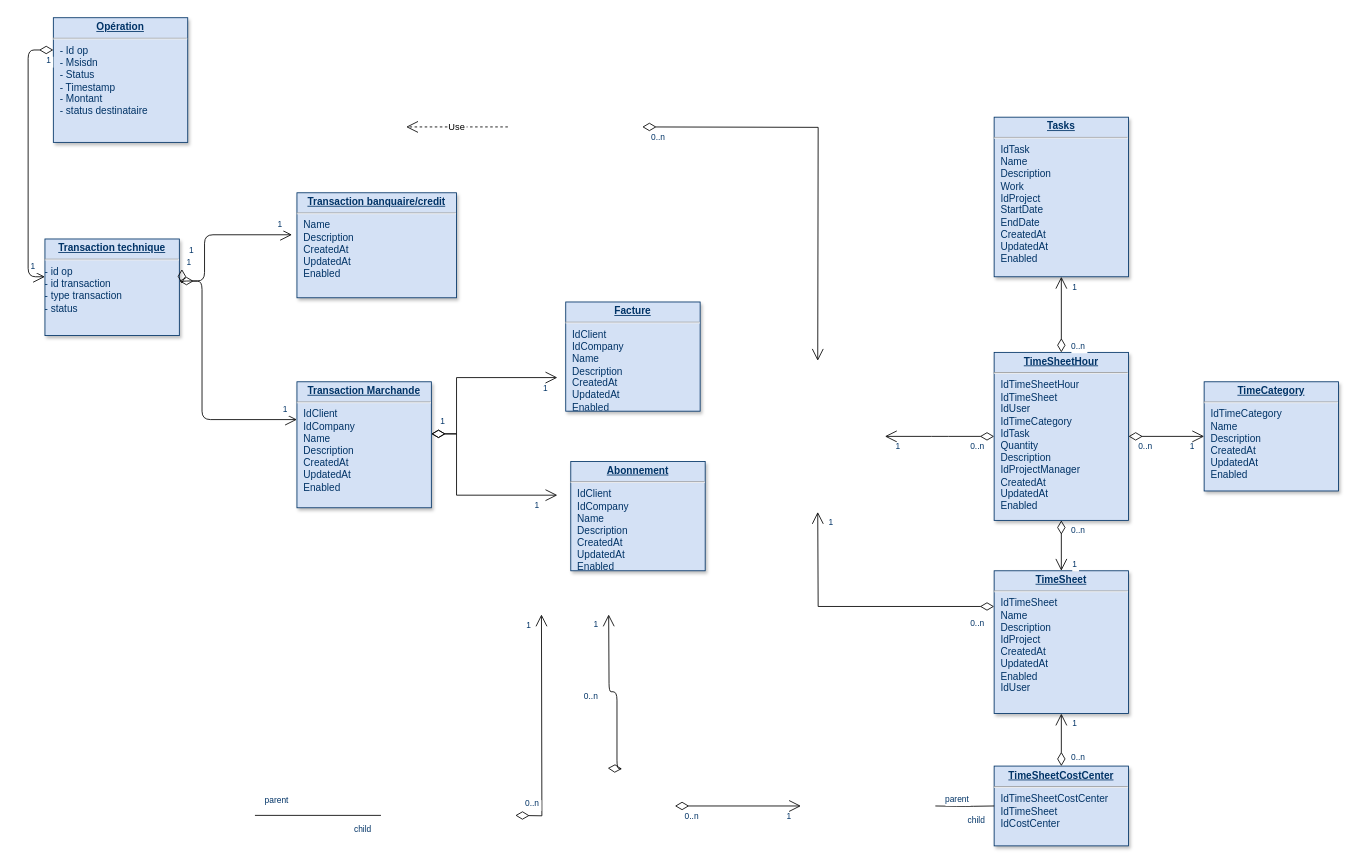
This is Untitled Diagram.drawio from ghannotte/projet_javas, a draw.io file, before an edit. Source tidied: cells renumbered, new cells numbered last; positions are measured from the earlier drawing's top-left corner, leaving out a move shared by most shapes. Both pictures are drawn from the tidied source at 84%, with x=0, y=0 at pixel (28, 18).
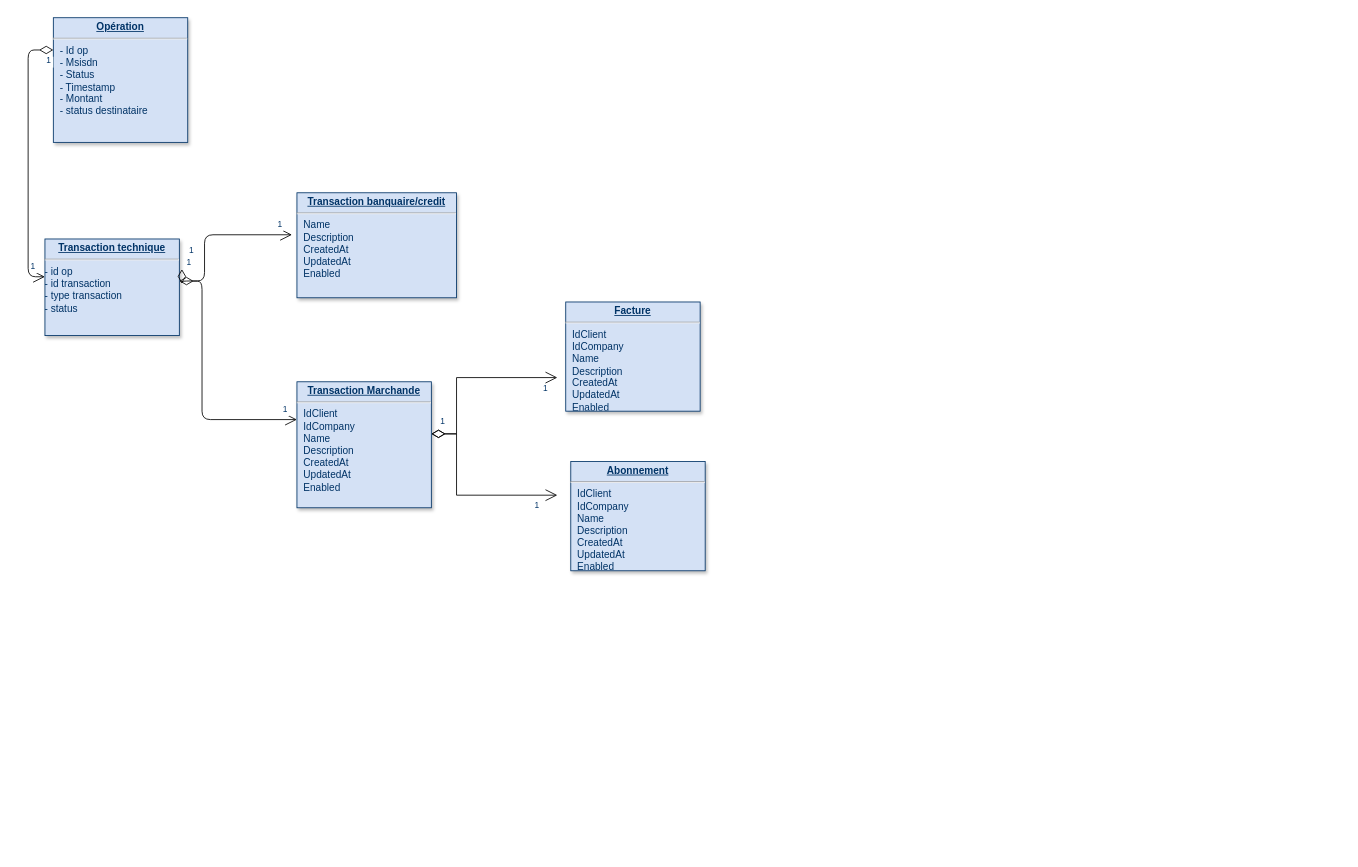
Above is the later version.

What changed in the source:
```diff
@@
-    <mxCell id="6" value="&lt;p style=&quot;margin: 0px; margin-top: 4px; text-align: center; text-decoration: underline;&quot;&gt;&lt;strong&gt;TimeSheet&lt;/strong&gt;&lt;/p&gt;&lt;hr /&gt;&lt;p style=&quot;margin: 0px; margin-left: 8px;&quot;&gt;IdTimeSheet&lt;/p&gt;&lt;p style=&quot;margin: 0px; margin-left: 8px;&quot;&gt;Name&lt;/p&gt;&lt;p style=&quot;margin: 0px; margin-left: 8px;&quot;&gt;Description&lt;/p&gt;&lt;p style=&quot;margin: 0px; margin-left: 8px;&quot;&gt;IdProject&lt;/p&gt;&lt;p style=&quot;margin: 0px; margin-left: 8px;&quot;&gt;CreatedAt&lt;/p&gt;&lt;p style=&quot;margin: 0px; margin-left: 8px;&quot;&gt;UpdatedAt&lt;/p&gt;&lt;p style=&quot;margin: 0px; margin-left: 8px;&quot;&gt;Enabled&lt;/p&gt;&lt;p style=&quot;margin: 0px; margin-left: 8px;&quot;&gt;IdUser&lt;/p&gt;" style="verticalAlign=top;align=left;overflow=fill;fontSize=12;fontFamily=Helvetica;html=1;strokeColor=#003366;shadow=1;fillColor=#D4E1F5;fontColor=#003366;" parent="1" vertex="1">
-      <mxGeometry x="1150" y="658" width="160" height="170" as="geometry" />
-    </mxCell>
-    <mxCell id="7" value="&lt;p style=&quot;margin: 0px; margin-top: 4px; text-align: center; text-decoration: underline;&quot;&gt;&lt;strong&gt;TimeSheetHour&lt;/strong&gt;&lt;/p&gt;&lt;hr /&gt;&lt;p style=&quot;margin: 0px; margin-left: 8px;&quot;&gt;IdTimeSheetHour&lt;br /&gt;IdTimeSheet&lt;/p&gt;&lt;p style=&quot;margin: 0px; margin-left: 8px;&quot;&gt;IdUser&lt;/p&gt;&lt;p style=&quot;margin: 0px; margin-left: 8px;&quot;&gt;IdTimeCategory&lt;/p&gt;&lt;p style=&quot;margin: 0px; margin-left: 8px;&quot;&gt;IdTask&lt;/p&gt;&lt;p style=&quot;margin: 0px; margin-left: 8px;&quot;&gt;Quantity&lt;/p&gt;&lt;p style=&quot;margin: 0px; margin-left: 8px;&quot;&gt;Description&lt;/p&gt;&lt;p style=&quot;margin: 0px; margin-left: 8px;&quot;&gt;IdProjectManager&lt;/p&gt;&lt;p style=&quot;margin: 0px; margin-left: 8px;&quot;&gt;CreatedAt&lt;/p&gt;&lt;p style=&quot;margin: 0px; margin-left: 8px;&quot;&gt;UpdatedAt&lt;/p&gt;&lt;p style=&quot;margin: 0px; margin-left: 8px;&quot;&gt;Enabled&lt;/p&gt;" style="verticalAlign=top;align=left;overflow=fill;fontSize=12;fontFamily=Helvetica;html=1;strokeColor=#003366;shadow=1;fillColor=#D4E1F5;fontColor=#003366;" parent="1" vertex="1">
-      <mxGeometry x="1150" y="398" width="160" height="200" as="geometry" />
-    </mxCell>
-    <mxCell id="8" value="&lt;p style=&quot;margin: 0px; margin-top: 4px; text-align: center; text-decoration: underline;&quot;&gt;&lt;strong&gt;TimeCategory&lt;/strong&gt;&lt;/p&gt;&lt;hr /&gt;&lt;p style=&quot;margin: 0px; margin-left: 8px;&quot;&gt;IdTimeCategory&lt;/p&gt;&lt;p style=&quot;margin: 0px; margin-left: 8px;&quot;&gt;Name&lt;/p&gt;&lt;p style=&quot;margin: 0px; margin-left: 8px;&quot;&gt;Description&lt;/p&gt;&lt;p style=&quot;margin: 0px; margin-left: 8px;&quot;&gt;CreatedAt&lt;/p&gt;&lt;p style=&quot;margin: 0px; margin-left: 8px;&quot;&gt;UpdatedAt&lt;/p&gt;&lt;p style=&quot;margin: 0px; margin-left: 8px;&quot;&gt;Enabled&lt;/p&gt;" style="verticalAlign=top;align=left;overflow=fill;fontSize=12;fontFamily=Helvetica;html=1;strokeColor=#003366;shadow=1;fillColor=#D4E1F5;fontColor=#003366;" parent="1" vertex="1">
-      <mxGeometry x="1400" y="433" width="160" height="130" as="geometry" />
-    </mxCell>
-    <mxCell id="9" value="&lt;p style=&quot;margin: 0px; margin-top: 4px; text-align: center; text-decoration: underline;&quot;&gt;&lt;strong&gt;TimeSheetCostCenter&lt;/strong&gt;&lt;/p&gt;&lt;hr /&gt;&lt;p style=&quot;margin: 0px; margin-left: 8px;&quot;&gt;IdTimeSheetCostCenter&lt;/p&gt;&lt;p style=&quot;margin: 0px; margin-left: 8px;&quot;&gt;IdTimeSheet&lt;/p&gt;&lt;p style=&quot;margin: 0px; margin-left: 8px;&quot;&gt;IdCostCenter&lt;/p&gt;" style="verticalAlign=top;align=left;overflow=fill;fontSize=12;fontFamily=Helvetica;html=1;strokeColor=#003366;shadow=1;fillColor=#D4E1F5;fontColor=#003366;" parent="1" vertex="1">
-      <mxGeometry x="1150" y="890.5" width="160" height="95" as="geometry" />
-    </mxCell>
-    <mxCell id="10" value="&lt;p style=&quot;margin: 0px; margin-top: 4px; text-align: center; text-decoration: underline;&quot;&gt;&lt;strong&gt;Tasks&lt;/strong&gt;&lt;/p&gt;&lt;hr /&gt;&lt;p style=&quot;margin: 0px; margin-left: 8px;&quot;&gt;IdTask&lt;/p&gt;&lt;p style=&quot;margin: 0px; margin-left: 8px;&quot;&gt;Name&lt;/p&gt;&lt;p style=&quot;margin: 0px; margin-left: 8px;&quot;&gt;Description&lt;/p&gt;&lt;p style=&quot;margin: 0px; margin-left: 8px;&quot;&gt;Work&lt;/p&gt;&lt;p style=&quot;margin: 0px; margin-left: 8px;&quot;&gt;IdProject&lt;/p&gt;&lt;p style=&quot;margin: 0px; margin-left: 8px;&quot;&gt;StartDate&lt;/p&gt;&lt;p style=&quot;margin: 0px; margin-left: 8px;&quot;&gt;EndDate&lt;/p&gt;&lt;p style=&quot;margin: 0px; margin-left: 8px;&quot;&gt;CreatedAt&lt;/p&gt;&lt;p style=&quot;margin: 0px; margin-left: 8px;&quot;&gt;UpdatedAt&lt;/p&gt;&lt;p style=&quot;margin: 0px; margin-left: 8px;&quot;&gt;Enabled&lt;/p&gt;" style="verticalAlign=top;align=left;overflow=fill;fontSize=12;fontFamily=Helvetica;html=1;strokeColor=#003366;shadow=1;fillColor=#D4E1F5;fontColor=#003366;" parent="1" vertex="1">
-      <mxGeometry x="1150" y="118" width="160" height="190" as="geometry" />
-    </mxCell>
-    <mxCell id="11" style="endArrow=open;endSize=12;startArrow=diamondThin;startSize=14;startFill=0;edgeStyle=orthogonalEdgeStyle;rounded=0;" parent="1" edge="1">
-      <mxGeometry x="519.4" y="180" as="geometry">
-        <mxPoint x="731.1" y="129.6" as="sourcePoint" />
-        <mxPoint x="940" y="408" as="targetPoint" />
-      </mxGeometry>
-    </mxCell>
-    <mxCell id="12" value="0..n" style="align=left;verticalAlign=top;labelBackgroundColor=#ffffff;fontSize=10;strokeColor=#003366;shadow=1;fillColor=#D4E1F5;fontColor=#003366;" parent="11" vertex="1">
-      <mxGeometry x="-1" relative="1" as="geometry">
-        <mxPoint x="8.9" as="offset" />
-      </mxGeometry>
-    </mxCell>
@@
-    <mxCell id="16" style="endArrow=open;endSize=12;startArrow=diamondThin;startSize=14;startFill=0;edgeStyle=orthogonalEdgeStyle;exitX=0;exitY=0.25;rounded=0;" parent="1" edge="1" source="6">
-      <mxGeometry x="1209.4" y="170" as="geometry">
-        <mxPoint x="940" y="588" as="targetPoint" />
-      </mxGeometry>
-    </mxCell>
-    <mxCell id="17" value="0..n" style="align=left;verticalAlign=top;labelBackgroundColor=#ffffff;fontSize=10;strokeColor=#003366;shadow=1;fillColor=#D4E1F5;fontColor=#003366;" parent="16" vertex="1">
-      <mxGeometry x="-1" relative="1" as="geometry">
-        <mxPoint x="-30" y="7.5" as="offset" />
-      </mxGeometry>
-    </mxCell>
-    <mxCell id="18" value="1" style="align=right;verticalAlign=top;labelBackgroundColor=#ffffff;fontSize=10;strokeColor=#003366;shadow=1;fillColor=#D4E1F5;fontColor=#003366;" parent="16" vertex="1">
-      <mxGeometry x="1" relative="1" as="geometry">
-        <mxPoint x="20" as="offset" />
-      </mxGeometry>
-    </mxCell>
-    <mxCell id="19" style="endArrow=open;endSize=12;startArrow=diamondThin;startSize=14;startFill=0;edgeStyle=orthogonalEdgeStyle;" parent="1" edge="1" source="7" target="6">
-      <mxGeometry x="1269.4" y="180" as="geometry" />
-    </mxCell>
-    <mxCell id="20" value="0..n" style="align=left;verticalAlign=top;labelBackgroundColor=#ffffff;fontSize=10;strokeColor=#003366;shadow=1;fillColor=#D4E1F5;fontColor=#003366;" parent="19" vertex="1">
-      <mxGeometry x="-1" relative="1" as="geometry">
-        <mxPoint x="10" as="offset" />
-      </mxGeometry>
-    </mxCell>
-    <mxCell id="21" value="1" style="align=right;verticalAlign=top;labelBackgroundColor=#ffffff;fontSize=10;strokeColor=#003366;shadow=1;fillColor=#D4E1F5;fontColor=#003366;" parent="19" vertex="1">
-      <mxGeometry x="1" relative="1" as="geometry">
-        <mxPoint x="20" y="-20" as="offset" />
-      </mxGeometry>
-    </mxCell>
-    <mxCell id="22" style="endArrow=open;endSize=12;startArrow=diamondThin;startSize=14;startFill=0;edgeStyle=orthogonalEdgeStyle;entryX=0.75;entryY=1;" parent="1" edge="1">
-      <mxGeometry x="479.4" y="790" as="geometry">
-        <mxPoint x="690" y="893" as="sourcePoint" />
-        <mxPoint x="691.1" y="710" as="targetPoint" />
-      </mxGeometry>
-    </mxCell>
-    <mxCell id="23" value="0..n" style="align=left;verticalAlign=top;labelBackgroundColor=#ffffff;fontSize=10;strokeColor=#003366;shadow=1;fillColor=#D4E1F5;fontColor=#003366;" parent="22" vertex="1">
-      <mxGeometry x="-1" relative="1" as="geometry">
-        <mxPoint x="-30" y="-97.5" as="offset" />
-      </mxGeometry>
-    </mxCell>
-    <mxCell id="24" value="1" style="align=right;verticalAlign=top;labelBackgroundColor=#ffffff;fontSize=10;strokeColor=#003366;shadow=1;fillColor=#D4E1F5;fontColor=#003366;" parent="22" vertex="1">
-      <mxGeometry x="1" relative="1" as="geometry">
-        <mxPoint x="-11.1" as="offset" />
-      </mxGeometry>
-    </mxCell>
-    <mxCell id="25" style="endArrow=open;endSize=12;startArrow=diamondThin;startSize=14;startFill=0;edgeStyle=orthogonalEdgeStyle;" parent="1" edge="1">
-      <mxGeometry x="469.4" y="526.2" as="geometry">
-        <mxPoint x="770" y="938" as="sourcePoint" />
-        <mxPoint x="920" y="938" as="targetPoint" />
-      </mxGeometry>
-    </mxCell>
-    <mxCell id="26" value="0..n" style="align=left;verticalAlign=top;labelBackgroundColor=#ffffff;fontSize=10;strokeColor=#003366;shadow=1;fillColor=#D4E1F5;fontColor=#003366;" parent="25" vertex="1">
-      <mxGeometry x="-1" relative="1" as="geometry">
-        <mxPoint x="10" as="offset" />
-      </mxGeometry>
-    </mxCell>
-    <mxCell id="27" value="1" style="align=right;verticalAlign=top;labelBackgroundColor=#ffffff;fontSize=10;strokeColor=#003366;shadow=1;fillColor=#D4E1F5;fontColor=#003366;" parent="25" vertex="1">
-      <mxGeometry x="1" relative="1" as="geometry">
-        <mxPoint x="-10" as="offset" />
-      </mxGeometry>
-    </mxCell>
-    <mxCell id="28" style="endArrow=open;endSize=12;startArrow=diamondThin;startSize=14;startFill=0;edgeStyle=orthogonalEdgeStyle;entryX=0.25;entryY=1;rounded=0;" parent="1" edge="1">
-      <mxGeometry x="419.4" y="820" as="geometry">
-        <mxPoint x="580" y="949.2" as="sourcePoint" />
-        <mxPoint x="611.1" y="710" as="targetPoint" />
-      </mxGeometry>
-    </mxCell>
-    <mxCell id="29" value="0..n" style="align=left;verticalAlign=top;labelBackgroundColor=#ffffff;fontSize=10;strokeColor=#003366;shadow=1;fillColor=#D4E1F5;fontColor=#003366;" parent="28" vertex="1">
-      <mxGeometry x="-1" relative="1" as="geometry">
-        <mxPoint x="10" y="-26.2" as="offset" />
-      </mxGeometry>
-    </mxCell>
-    <mxCell id="30" value="1" style="align=right;verticalAlign=top;labelBackgroundColor=#ffffff;fontSize=10;strokeColor=#003366;shadow=1;fillColor=#D4E1F5;fontColor=#003366;" parent="28" vertex="1">
-      <mxGeometry x="1" relative="1" as="geometry">
-        <mxPoint x="-11.1" as="offset" />
-      </mxGeometry>
-    </mxCell>
-    <mxCell id="31" style="endArrow=open;endSize=12;startArrow=diamondThin;startSize=14;startFill=0;edgeStyle=orthogonalEdgeStyle;" parent="1" edge="1" source="9" target="6">
-      <mxGeometry x="1079.4" y="560" as="geometry" />
-    </mxCell>
-    <mxCell id="32" value="0..n" style="align=left;verticalAlign=top;labelBackgroundColor=#ffffff;fontSize=10;strokeColor=#003366;shadow=1;fillColor=#D4E1F5;fontColor=#003366;" parent="31" vertex="1">
-      <mxGeometry x="-1" relative="1" as="geometry">
-        <mxPoint x="10" y="-22.5" as="offset" />
-      </mxGeometry>
-    </mxCell>
-    <mxCell id="33" value="1" style="align=right;verticalAlign=top;labelBackgroundColor=#ffffff;fontSize=10;strokeColor=#003366;shadow=1;fillColor=#D4E1F5;fontColor=#003366;" parent="31" vertex="1">
-      <mxGeometry x="1" relative="1" as="geometry">
-        <mxPoint x="20" as="offset" />
-      </mxGeometry>
-    </mxCell>
-    <mxCell id="34" style="endArrow=open;endSize=12;startArrow=diamondThin;startSize=14;startFill=0;edgeStyle=orthogonalEdgeStyle;" parent="1" edge="1" source="7" target="8">
-      <mxGeometry x="1309.4" y="540" as="geometry" />
-    </mxCell>
-    <mxCell id="35" value="0..n" style="align=left;verticalAlign=top;labelBackgroundColor=#ffffff;fontSize=10;strokeColor=#003366;shadow=1;fillColor=#D4E1F5;fontColor=#003366;" parent="34" vertex="1">
-      <mxGeometry x="-1" relative="1" as="geometry">
-        <mxPoint x="10" as="offset" />
-      </mxGeometry>
-    </mxCell>
-    <mxCell id="36" value="1" style="align=right;verticalAlign=top;labelBackgroundColor=#ffffff;fontSize=10;strokeColor=#003366;shadow=1;fillColor=#D4E1F5;fontColor=#003366;" parent="34" vertex="1">
-      <mxGeometry x="1" relative="1" as="geometry">
-        <mxPoint x="-10" as="offset" />
-      </mxGeometry>
-    </mxCell>
-    <mxCell id="37" style="endArrow=open;endSize=12;startArrow=diamondThin;startSize=14;startFill=0;edgeStyle=orthogonalEdgeStyle;" parent="1" edge="1" source="7" target="10">
-      <mxGeometry x="1119.4" y="540" as="geometry" />
-    </mxCell>
-    <mxCell id="38" value="0..n" style="align=left;verticalAlign=top;labelBackgroundColor=#ffffff;fontSize=10;strokeColor=#003366;shadow=1;fillColor=#D4E1F5;fontColor=#003366;" parent="37" vertex="1">
-      <mxGeometry x="-1" relative="1" as="geometry">
-        <mxPoint x="10" y="-20" as="offset" />
-      </mxGeometry>
-    </mxCell>
-    <mxCell id="39" value="1" style="align=right;verticalAlign=top;labelBackgroundColor=#ffffff;fontSize=10;strokeColor=#003366;shadow=1;fillColor=#D4E1F5;fontColor=#003366;" parent="37" vertex="1">
-      <mxGeometry x="1" relative="1" as="geometry">
-        <mxPoint x="20" as="offset" />
-      </mxGeometry>
-    </mxCell>
-    <mxCell id="40" style="endArrow=open;endSize=12;startArrow=diamondThin;startSize=14;startFill=0;edgeStyle=orthogonalEdgeStyle;" parent="1" edge="1" source="7">
-      <mxGeometry x="1389.4" y="130" as="geometry">
-        <mxPoint x="1020" y="498" as="targetPoint" />
-      </mxGeometry>
-    </mxCell>
-    <mxCell id="41" value="0..n" style="align=left;verticalAlign=top;labelBackgroundColor=#ffffff;fontSize=10;strokeColor=#003366;shadow=1;fillColor=#D4E1F5;fontColor=#003366;" parent="40" vertex="1">
-      <mxGeometry x="-1" relative="1" as="geometry">
-        <mxPoint x="-30" as="offset" />
-      </mxGeometry>
-    </mxCell>
-    <mxCell id="42" value="1" style="align=right;verticalAlign=top;labelBackgroundColor=#ffffff;fontSize=10;strokeColor=#003366;shadow=1;fillColor=#D4E1F5;fontColor=#003366;" parent="40" vertex="1">
-      <mxGeometry x="1" relative="1" as="geometry">
-        <mxPoint x="20" as="offset" />
-      </mxGeometry>
-    </mxCell>
@@
-    <mxCell id="46" value="Use" style="endArrow=open;endSize=12;dashed=1;" parent="1" edge="1">
-      <mxGeometry x="430" y="50" as="geometry">
-        <mxPoint x="571.1" y="129.6" as="sourcePoint" />
-        <mxPoint x="450" y="129.6" as="targetPoint" />
-      </mxGeometry>
-    </mxCell>
-    <mxCell id="47" style="endArrow=none;edgeStyle=orthogonalEdgeStyle;" parent="1" edge="1">
-      <mxGeometry x="190" y="950" as="geometry">
-        <mxPoint x="270" y="949.2" as="sourcePoint" />
-        <mxPoint x="420" y="949.2" as="targetPoint" />
-      </mxGeometry>
-    </mxCell>
-    <mxCell id="48" value="parent" style="align=left;verticalAlign=bottom;labelBackgroundColor=#ffffff;fontSize=10;strokeColor=#003366;shadow=1;fillColor=#D4E1F5;fontColor=#003366;" parent="47" vertex="1">
-      <mxGeometry x="-1" relative="1" as="geometry">
-        <mxPoint x="10" y="-10" as="offset" />
-      </mxGeometry>
-    </mxCell>
-    <mxCell id="49" value="child" style="align=right;verticalAlign=bottom;labelBackgroundColor=#ffffff;fontSize=10;strokeColor=#003366;shadow=1;fillColor=#D4E1F5;fontColor=#003366;" parent="47" vertex="1">
-      <mxGeometry x="1" relative="1" as="geometry">
-        <mxPoint x="-10" y="23.8" as="offset" />
-      </mxGeometry>
-    </mxCell>
-    <mxCell id="50" style="endArrow=none;edgeStyle=orthogonalEdgeStyle;" parent="1" edge="1" target="9">
-      <mxGeometry x="910" y="972.5" as="geometry">
-        <mxPoint x="1080" y="938" as="sourcePoint" />
-      </mxGeometry>
-    </mxCell>
-    <mxCell id="51" value="parent" style="align=left;verticalAlign=bottom;labelBackgroundColor=#ffffff;fontSize=10;strokeColor=#003366;shadow=1;fillColor=#D4E1F5;fontColor=#003366;" parent="50" vertex="1">
-      <mxGeometry x="-1" relative="1" as="geometry">
-        <mxPoint x="10" as="offset" />
-      </mxGeometry>
-    </mxCell>
-    <mxCell id="52" value="child" style="align=right;verticalAlign=bottom;labelBackgroundColor=#ffffff;fontSize=10;strokeColor=#003366;shadow=1;fillColor=#D4E1F5;fontColor=#003366;" parent="50" vertex="1">
-      <mxGeometry x="1" relative="1" as="geometry">
-        <mxPoint x="-10" y="25" as="offset" />
-      </mxGeometry>
-    </mxCell>
```
